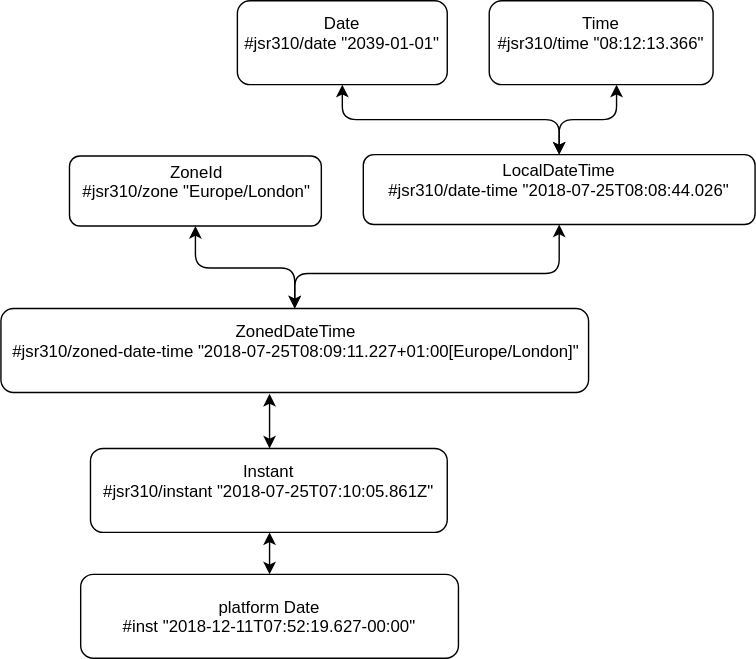
Above: images/jsr310-domain.svg in henryw374/henryw374.github.io.old (draw.io), before the change. Source tidied: cells renumbered, new cells last; positions are measured from the earlier drawing's top-left corner, leaving out a move shared by most shapes. The source it was exported from:
```xml
<mxGraphModel>
  <root>
    <mxCell id="0" />
    <mxCell id="1" parent="0" />
    <mxCell id="2" value="Time&lt;br&gt;&lt;div&gt;#jsr310/time &quot;08:12:13.366&quot;&lt;/div&gt;&lt;div&gt;&lt;br&gt;&lt;/div&gt;" style="rounded=1;whiteSpace=wrap;html=1;" parent="1" vertex="1">
      <mxGeometry x="349" width="160" height="60" as="geometry" />
    </mxCell>
    <mxCell id="3" value="Date&lt;br&gt;&lt;div&gt;#jsr310/date &quot;2039-01-01&quot;&lt;/div&gt;&lt;div&gt;&lt;br&gt;&lt;/div&gt;" style="rounded=1;whiteSpace=wrap;html=1;" parent="1" vertex="1">
      <mxGeometry x="169" width="150" height="60" as="geometry" />
    </mxCell>
    <mxCell id="4" value="LocalDateTime&lt;br&gt;&lt;div&gt;&lt;div&gt;#jsr310/date-time &quot;2018-07-25T08:08:44.026&quot;&lt;/div&gt;&lt;/div&gt;&lt;div&gt;&lt;br&gt;&lt;/div&gt;" style="rounded=1;whiteSpace=wrap;html=1;" parent="1" vertex="1">
      <mxGeometry x="259" y="110" width="280" height="50" as="geometry" />
    </mxCell>
    <mxCell id="5" value="ZoneId&lt;br&gt;&lt;div&gt;#jsr310/zone &quot;Europe/London&quot;&lt;/div&gt;&lt;div&gt;&lt;br&gt;&lt;/div&gt;" style="rounded=1;whiteSpace=wrap;html=1;" parent="1" vertex="1">
      <mxGeometry x="49" y="111" width="180" height="50" as="geometry" />
    </mxCell>
    <mxCell id="6" value="ZonedDateTime&lt;br&gt;&lt;div&gt;#jsr310/zoned-date-time &quot;2018-07-25T08:09:11.227+01:00[Europe/London]&quot;&lt;/div&gt;&lt;div&gt;&lt;br&gt;&lt;/div&gt;" style="rounded=1;whiteSpace=wrap;html=1;" parent="1" vertex="1">
      <mxGeometry y="220" width="420" height="60" as="geometry" />
    </mxCell>
    <mxCell id="7" value="Instant&lt;br&gt;&lt;div&gt;#jsr310/instant &quot;2018-07-25T07:10:05.861Z&quot;&lt;/div&gt;&lt;div&gt;&lt;br&gt;&lt;/div&gt;" style="rounded=1;whiteSpace=wrap;html=1;" parent="1" vertex="1">
      <mxGeometry x="64" y="320" width="255" height="60" as="geometry" />
    </mxCell>
    <mxCell id="8" value="platform Date&lt;br&gt;#inst &quot;2018-12-11T07:52:19.627-00:00&quot;&lt;br&gt;" style="rounded=1;whiteSpace=wrap;html=1;" parent="1" vertex="1">
      <mxGeometry x="57" y="410" width="270" height="60" as="geometry" />
    </mxCell>
    <mxCell id="9" style="endArrow=classic;startArrow=classic;html=1;entryX=0.567;entryY=1;entryPerimeter=0;exitX=0.5;exitY=0;edgeStyle=orthogonalEdgeStyle;" parent="1" edge="1" source="4" target="2">
      <mxGeometry relative="1" as="geometry" />
    </mxCell>
    <mxCell id="10" style="endArrow=classic;startArrow=classic;html=1;entryX=0.5;entryY=1;exitX=0.5;exitY=0;edgeStyle=orthogonalEdgeStyle;" parent="1" edge="1" source="4" target="3">
      <mxGeometry relative="1" as="geometry" />
    </mxCell>
    <mxCell id="11" style="endArrow=classic;startArrow=classic;html=1;edgeStyle=orthogonalEdgeStyle;entryX=0.5;entryY=1;exitX=0.5;exitY=0;" parent="1" edge="1" source="6" target="5">
      <mxGeometry relative="1" as="geometry" />
    </mxCell>
    <mxCell id="12" style="endArrow=classic;startArrow=classic;html=1;edgeStyle=orthogonalEdgeStyle;exitX=0.5;exitY=0;entryX=0.5;entryY=1;" parent="1" edge="1" source="6" target="4">
      <mxGeometry relative="1" as="geometry">
        <Array as="points">
          <mxPoint x="229" y="195" />
          <mxPoint x="319" y="195" />
        </Array>
      </mxGeometry>
    </mxCell>
    <mxCell id="13" style="endArrow=classic;startArrow=classic;html=1;entryX=0.458;entryY=1.017;entryPerimeter=0;exitX=0.5;exitY=0;" parent="1" edge="1" source="7" target="6">
      <mxGeometry relative="1" as="geometry" />
    </mxCell>
    <mxCell id="14" style="endArrow=classic;startArrow=classic;html=1;entryX=0.5;entryY=0;exitX=0.5;exitY=1;" parent="1" edge="1" source="7" target="8">
      <mxGeometry relative="1" as="geometry" />
    </mxCell>
  </root>
</mxGraphModel>
```
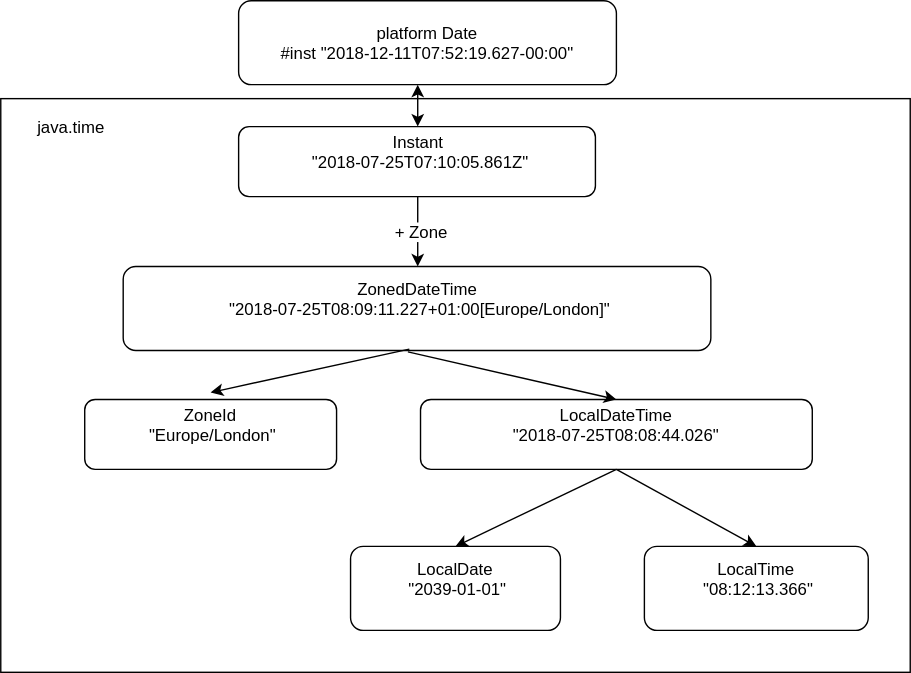
After the commit.

Change to the diagram source:
```diff
@@ -2,49 +2,71 @@
   <root>
     <mxCell id="0" />
     <mxCell id="1" parent="0" />
+    <mxCell id="15" style="rounded=0;whiteSpace=wrap;html=1;" parent="1" vertex="1">
+      <mxGeometry x="-41" y="50" width="650" height="410" as="geometry" />
+    </mxCell>
-    <mxCell id="2" value="Time&lt;br&gt;&lt;div&gt;#jsr310/time &quot;08:12:13.366&quot;&lt;/div&gt;&lt;div&gt;&lt;br&gt;&lt;/div&gt;" style="rounded=1;whiteSpace=wrap;html=1;" parent="1" vertex="1">
-      <mxGeometry x="349" width="160" height="60" as="geometry" />
+    <mxCell id="2" value="LocalTime&lt;br&gt;&lt;div&gt;&amp;nbsp;&quot;08:12:13.366&quot;&lt;/div&gt;&lt;div&gt;&lt;br&gt;&lt;/div&gt;" style="rounded=1;whiteSpace=wrap;html=1;" parent="1" vertex="1">
+      <mxGeometry x="419" y="370" width="160" height="60" as="geometry" />
     </mxCell>
-    <mxCell id="3" value="Date&lt;br&gt;&lt;div&gt;#jsr310/date &quot;2039-01-01&quot;&lt;/div&gt;&lt;div&gt;&lt;br&gt;&lt;/div&gt;" style="rounded=1;whiteSpace=wrap;html=1;" parent="1" vertex="1">
-      <mxGeometry x="169" width="150" height="60" as="geometry" />
+    <mxCell id="3" value="LocalDate&lt;br&gt;&lt;div&gt;&amp;nbsp;&quot;2039-01-01&quot;&lt;/div&gt;&lt;div&gt;&lt;br&gt;&lt;/div&gt;" style="rounded=1;whiteSpace=wrap;html=1;" parent="1" vertex="1">
+      <mxGeometry x="209" y="370" width="150" height="60" as="geometry" />
     </mxCell>
-    <mxCell id="4" value="LocalDateTime&lt;br&gt;&lt;div&gt;&lt;div&gt;#jsr310/date-time &quot;2018-07-25T08:08:44.026&quot;&lt;/div&gt;&lt;/div&gt;&lt;div&gt;&lt;br&gt;&lt;/div&gt;" style="rounded=1;whiteSpace=wrap;html=1;" parent="1" vertex="1">
-      <mxGeometry x="259" y="110" width="280" height="50" as="geometry" />
+    <mxCell id="4" value="LocalDateTime&lt;br&gt;&lt;div&gt;&lt;div&gt;&quot;2018-07-25T08:08:44.026&quot;&lt;/div&gt;&lt;/div&gt;&lt;div&gt;&lt;br&gt;&lt;/div&gt;" style="rounded=1;whiteSpace=wrap;html=1;" parent="1" vertex="1">
+      <mxGeometry x="259" y="265" width="280" height="50" as="geometry" />
     </mxCell>
-    <mxCell id="5" value="ZoneId&lt;br&gt;&lt;div&gt;#jsr310/zone &quot;Europe/London&quot;&lt;/div&gt;&lt;div&gt;&lt;br&gt;&lt;/div&gt;" style="rounded=1;whiteSpace=wrap;html=1;" parent="1" vertex="1">
-      <mxGeometry x="49" y="111" width="180" height="50" as="geometry" />
+    <mxCell id="5" value="ZoneId&lt;br&gt;&lt;div&gt;&amp;nbsp;&quot;Europe/London&quot;&lt;/div&gt;&lt;div&gt;&lt;br&gt;&lt;/div&gt;" style="rounded=1;whiteSpace=wrap;html=1;" parent="1" vertex="1">
+      <mxGeometry x="19" y="265" width="180" height="50" as="geometry" />
     </mxCell>
-    <mxCell id="6" value="ZonedDateTime&lt;br&gt;&lt;div&gt;#jsr310/zoned-date-time &quot;2018-07-25T08:09:11.227+01:00[Europe/London]&quot;&lt;/div&gt;&lt;div&gt;&lt;br&gt;&lt;/div&gt;" style="rounded=1;whiteSpace=wrap;html=1;" parent="1" vertex="1">
-      <mxGeometry y="220" width="420" height="60" as="geometry" />
+    <mxCell id="6" value="ZonedDateTime&lt;br&gt;&lt;div&gt;&amp;nbsp;&quot;2018-07-25T08:09:11.227+01:00[Europe/London]&quot;&lt;/div&gt;&lt;div&gt;&lt;br&gt;&lt;/div&gt;" style="rounded=1;whiteSpace=wrap;html=1;" parent="1" vertex="1">
+      <mxGeometry x="46.5" y="170" width="420" height="60" as="geometry" />
     </mxCell>
-    <mxCell id="7" value="Instant&lt;br&gt;&lt;div&gt;#jsr310/instant &quot;2018-07-25T07:10:05.861Z&quot;&lt;/div&gt;&lt;div&gt;&lt;br&gt;&lt;/div&gt;" style="rounded=1;whiteSpace=wrap;html=1;" parent="1" vertex="1">
-      <mxGeometry x="64" y="320" width="255" height="60" as="geometry" />
+    <mxCell id="7" value="Instant&lt;br&gt;&lt;div&gt;&amp;nbsp;&quot;2018-07-25T07:10:05.861Z&quot;&lt;/div&gt;&lt;div&gt;&lt;br&gt;&lt;/div&gt;" style="rounded=1;whiteSpace=wrap;html=1;" parent="1" vertex="1">
+      <mxGeometry x="129" y="70" width="255" height="50" as="geometry" />
     </mxCell>
     <mxCell id="8" value="platform Date&lt;br&gt;#inst &quot;2018-12-11T07:52:19.627-00:00&quot;&lt;br&gt;" style="rounded=1;whiteSpace=wrap;html=1;" parent="1" vertex="1">
-      <mxGeometry x="57" y="410" width="270" height="60" as="geometry" />
+      <mxGeometry x="129" y="-20" width="270" height="60" as="geometry" />
     </mxCell>
+    <mxCell id="13" style="endArrow=classic;startArrow=none;html=1;entryX=0.5;entryY=0;entryDx=0;entryDy=0;startFill=0;" parent="1" edge="1" target="6">
+      <mxGeometry relative="1" as="geometry">
+        <mxPoint x="257" y="120" as="sourcePoint" />
+      </mxGeometry>
+    </mxCell>
+    <mxCell id="16" value="+ Zone" style="text;html=1;align=center;verticalAlign=middle;labelBackgroundColor=#ffffff;" parent="13" vertex="1">
+      <mxGeometry x="-0.04" y="2" relative="1" as="geometry" />
+    </mxCell>
+    <mxCell id="14" style="endArrow=classic;startArrow=classic;html=1;exitX=0.5;exitY=0;exitDx=0;exitDy=0;" parent="1" edge="1" source="7">
+      <mxGeometry relative="1" as="geometry">
+        <mxPoint x="257" y="40" as="targetPoint" />
+      </mxGeometry>
+    </mxCell>
+    <mxCell id="17" style="endArrow=classic;startArrow=none;html=1;startFill=0;exitX=0.487;exitY=0.983;exitDx=0;exitDy=0;exitPerimeter=0;" parent="1" edge="1" source="6">
+      <mxGeometry relative="1" as="geometry">
+        <mxPoint x="109" y="260" as="targetPoint" />
+      </mxGeometry>
+    </mxCell>
+    <mxCell id="18" value="&lt;br&gt;&lt;br&gt;" style="text;html=1;align=center;verticalAlign=middle;labelBackgroundColor=#ffffff;" parent="17" vertex="1">
+      <mxGeometry x="-0.04" y="2" relative="1" as="geometry" />
+    </mxCell>
+    <mxCell id="12" style="endArrow=classic;startArrow=none;html=1;startFill=0;exitX=0.485;exitY=1.017;exitDx=0;exitDy=0;exitPerimeter=0;entryX=0.5;entryY=0;entryDx=0;entryDy=0;" parent="1" edge="1" source="6" target="4">
+      <mxGeometry relative="1" as="geometry" />
+    </mxCell>
+    <mxCell id="19" value="&lt;br&gt;&lt;br&gt;" style="text;html=1;align=center;verticalAlign=middle;labelBackgroundColor=#ffffff;" parent="12" vertex="1">
+      <mxGeometry x="-0.04" y="2" relative="1" as="geometry" />
+    </mxCell>
+    <mxCell id="10" style="endArrow=classic;startArrow=none;html=1;startFill=0;exitX=0.5;exitY=1;exitDx=0;exitDy=0;entryX=0.5;entryY=0;entryDx=0;entryDy=0;" parent="1" edge="1" source="4" target="3">
+      <mxGeometry relative="1" as="geometry" />
+    </mxCell>
+    <mxCell id="20" value="&lt;br&gt;&lt;br&gt;" style="text;html=1;align=center;verticalAlign=middle;labelBackgroundColor=#ffffff;" parent="10" vertex="1">
+      <mxGeometry x="-0.04" y="2" relative="1" as="geometry" />
+    </mxCell>
-    <mxCell id="9" style="endArrow=classic;startArrow=classic;html=1;entryX=0.567;entryY=1;entryPerimeter=0;exitX=0.5;exitY=0;edgeStyle=orthogonalEdgeStyle;" parent="1" edge="1" source="4" target="2">
+    <mxCell id="9" style="endArrow=classic;startArrow=none;html=1;startFill=0;exitX=0.5;exitY=1;exitDx=0;exitDy=0;entryX=0.5;entryY=0;entryDx=0;entryDy=0;" parent="1" edge="1" source="4" target="2">
       <mxGeometry relative="1" as="geometry" />
     </mxCell>
-    <mxCell id="10" style="endArrow=classic;startArrow=classic;html=1;entryX=0.5;entryY=1;exitX=0.5;exitY=0;edgeStyle=orthogonalEdgeStyle;" parent="1" edge="1" source="4" target="3">
-      <mxGeometry relative="1" as="geometry" />
-    </mxCell>
-    <mxCell id="11" style="endArrow=classic;startArrow=classic;html=1;edgeStyle=orthogonalEdgeStyle;entryX=0.5;entryY=1;exitX=0.5;exitY=0;" parent="1" edge="1" source="6" target="5">
-      <mxGeometry relative="1" as="geometry" />
-    </mxCell>
-    <mxCell id="12" style="endArrow=classic;startArrow=classic;html=1;edgeStyle=orthogonalEdgeStyle;exitX=0.5;exitY=0;entryX=0.5;entryY=1;" parent="1" edge="1" source="6" target="4">
-      <mxGeometry relative="1" as="geometry">
-        <Array as="points">
-          <mxPoint x="229" y="195" />
-          <mxPoint x="319" y="195" />
-        </Array>
-      </mxGeometry>
-    </mxCell>
-    <mxCell id="13" style="endArrow=classic;startArrow=classic;html=1;entryX=0.458;entryY=1.017;entryPerimeter=0;exitX=0.5;exitY=0;" parent="1" edge="1" source="7" target="6">
-      <mxGeometry relative="1" as="geometry" />
-    </mxCell>
-    <mxCell id="14" style="endArrow=classic;startArrow=classic;html=1;entryX=0.5;entryY=0;exitX=0.5;exitY=1;" parent="1" edge="1" source="7" target="8">
-      <mxGeometry relative="1" as="geometry" />
-    </mxCell>
+    <mxCell id="21" value="&lt;br&gt;&lt;br&gt;" style="text;html=1;align=center;verticalAlign=middle;labelBackgroundColor=#ffffff;" parent="9" vertex="1">
+      <mxGeometry x="-0.04" y="2" relative="1" as="geometry" />
+    </mxCell>
+    <mxCell id="22" value="java.time" style="text;html=1;strokeColor=none;fillColor=none;align=center;verticalAlign=middle;whiteSpace=wrap;rounded=0;" parent="1" vertex="1">
+      <mxGeometry x="-11" y="60" width="40" height="20" as="geometry" />
+    </mxCell>
   </root>
 </mxGraphModel>
```
